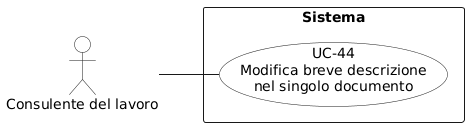
This is RTB/Analisi dei Requisiti/diagrammi_use_case/UC-44.png from aLittleByte-19/Documentazione, a PlantUML export, as it was before one commit.
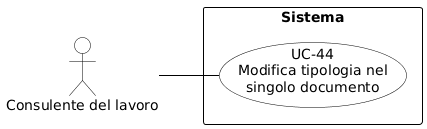
The same diagram one commit later.

The edit, as a diff of the source:
```diff
@@ -1,14 +1,27 @@
 @startuml
+skinparam shadowing false
+skinparam defaultFontName Arial
 left to right direction
-skinparam packageStyle rectangle
-skinparam usecaseBackgroundColor White
-skinparam actorBackgroundColor White
 
-actor "Consulente del lavoro" as consulente
+skinparam usecase {
+    BackgroundColor white
+    BorderColor black
+    ArrowColor black
+}
+skinparam actor {
+    BackgroundColor white
+    BorderColor black
+}
+skinparam rectangle {
+    BorderColor black
+    FontStyle bold
+}
+
+actor "Consulente del lavoro" as cdl
 
 rectangle "Sistema" {
-  usecase "UC-44\nModifica breve descrizione\nnel singolo documento" as uc44
+    usecase "UC-44\nModifica tipologia nel\nsingolo documento" as UC44
 }
 
-consulente -- uc44
+cdl -- UC44
 @enduml
```
